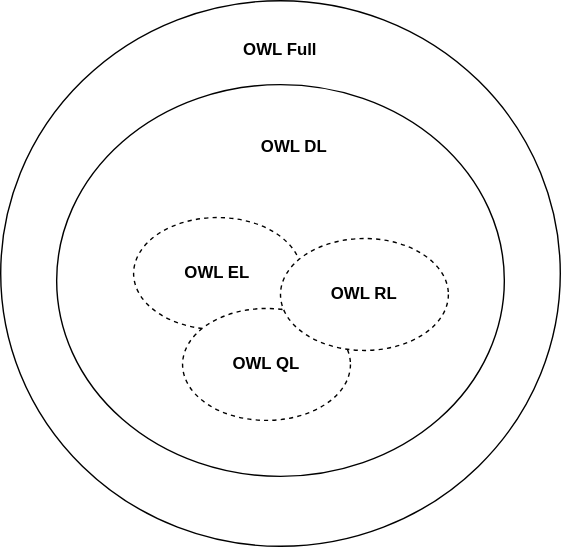
This is images/posts/kg-interviews/owl.svg from ThomasThelen/thomasthelen.github.io, a draw.io export, as it was before one commit. Source tidied: cells renumbered, new cells last; positions are measured from the earlier drawing's top-left corner, leaving out a move shared by most shapes.
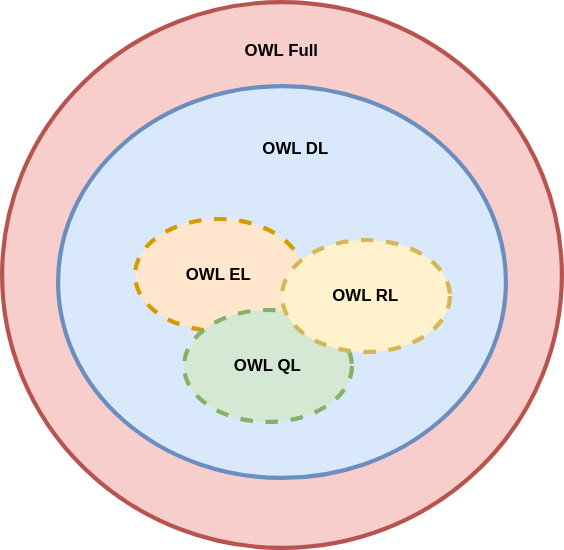
After the commit.

The edit, as a diff of the source:
```diff
@@ -2,22 +2,22 @@
   <root>
     <mxCell id="0" />
     <mxCell id="1" parent="0" />
-    <mxCell id="2" style="ellipse;whiteSpace=wrap;html=1;" parent="1" vertex="1">
+    <mxCell id="2" style="ellipse;whiteSpace=wrap;html=1;strokeWidth=3;fillColor=#f8cecc;strokeColor=#b85450;" parent="1" vertex="1">
       <mxGeometry width="400" height="390" as="geometry" />
     </mxCell>
-    <mxCell id="3" style="ellipse;whiteSpace=wrap;html=1;" parent="1" vertex="1">
+    <mxCell id="3" style="ellipse;whiteSpace=wrap;html=1;strokeWidth=3;fillColor=#dae8fc;strokeColor=#6c8ebf;" parent="1" vertex="1">
       <mxGeometry x="40" y="60" width="320" height="280" as="geometry" />
     </mxCell>
-    <mxCell id="4" value="OWL EL" style="ellipse;whiteSpace=wrap;html=1;dashed=1;fontStyle=1;" parent="1" vertex="1">
+    <mxCell id="4" value="OWL EL" style="ellipse;whiteSpace=wrap;html=1;dashed=1;fontStyle=1;strokeWidth=3;fillColor=#ffe6cc;strokeColor=#d79b00;" parent="1" vertex="1">
       <mxGeometry x="95" y="155" width="120" height="80" as="geometry" />
     </mxCell>
     <mxCell id="5" value="OWL Full" style="text;html=1;strokeColor=none;fillColor=none;align=center;verticalAlign=middle;whiteSpace=wrap;rounded=0;fontStyle=1;" parent="1" vertex="1">
       <mxGeometry x="170" y="20" width="60" height="30" as="geometry" />
     </mxCell>
-    <mxCell id="6" value="OWL QL" style="ellipse;whiteSpace=wrap;html=1;dashed=1;fontStyle=1;" parent="1" vertex="1">
+    <mxCell id="6" value="OWL QL" style="ellipse;whiteSpace=wrap;html=1;dashed=1;fontStyle=1;strokeWidth=3;fillColor=#d5e8d4;strokeColor=#82b366;" parent="1" vertex="1">
       <mxGeometry x="130" y="220" width="120" height="80" as="geometry" />
     </mxCell>
-    <mxCell id="7" value="OWL RL" style="ellipse;whiteSpace=wrap;html=1;dashed=1;fontStyle=1;" parent="1" vertex="1">
+    <mxCell id="7" value="OWL RL" style="ellipse;whiteSpace=wrap;html=1;dashed=1;fontStyle=1;strokeWidth=3;fillColor=#fff2cc;strokeColor=#d6b656;" parent="1" vertex="1">
       <mxGeometry x="200" y="170" width="120" height="80" as="geometry" />
     </mxCell>
     <mxCell id="8" value="OWL DL" style="text;html=1;strokeColor=none;fillColor=none;align=center;verticalAlign=middle;whiteSpace=wrap;rounded=0;fontStyle=1;" parent="1" vertex="1">
```
